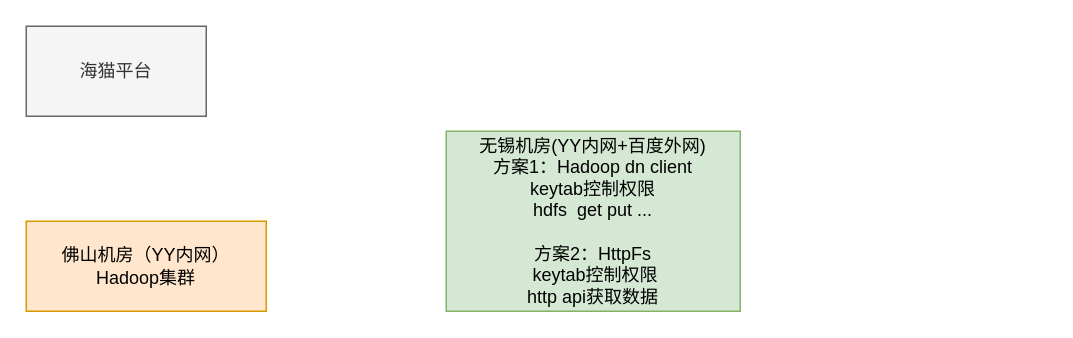
Above: tmp/Untitled Diagram.drawio in liangrui1988/diagrams (draw.io), before the change. Source tidied: cells renumbered, new cells numbered last; positions are measured from the earlier drawing's top-left corner, leaving out a move shared by most shapes. Both pictures are drawn from the tidied source at 150%, with x=0, y=0 at pixel (26, 26).
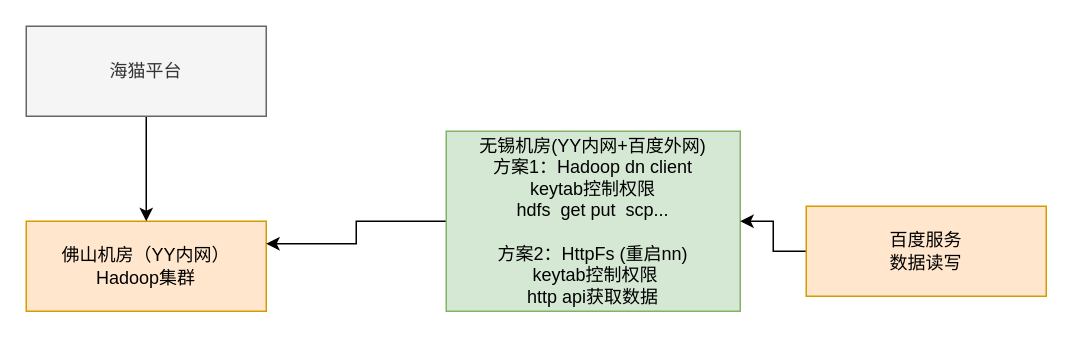
Above is the later version.

The edit, as a diff of the source:
```diff
@@
 <mxGraphModel>
   <root>
     <mxCell id="0" />
     <mxCell id="1" parent="0" />
     <mxCell id="2" value="佛山机房（YY内网）&lt;br&gt;Hadoop集群" style="rounded=0;whiteSpace=wrap;html=1;fillColor=#ffe6cc;strokeColor=#d79b00;" parent="1" vertex="1">
       <mxGeometry y="130" width="160" height="60" as="geometry" />
     </mxCell>
+    <mxCell id="5" style="edgeStyle=orthogonalEdgeStyle;rounded=0;jettySize=auto;html=1;entryX=1;entryY=0.25;entryDx=0;entryDy=0;" parent="1" edge="1" source="3" target="2">
+      <mxGeometry relative="1" as="geometry" />
+    </mxCell>
-    <mxCell id="3" value="无锡机房(YY内网+百度外网)&lt;br&gt;方案1：Hadoop dn client&lt;br&gt;keytab控制权限&lt;br&gt;hdfs&amp;nbsp; get put ...&lt;br&gt;&lt;br&gt;方案2：HttpFs&lt;br&gt;&amp;nbsp;keytab控制权限&lt;br&gt;http api获取数据" style="rounded=0;whiteSpace=wrap;html=1;fillColor=#d5e8d4;strokeColor=#82b366;" parent="1" vertex="1">
+    <mxCell id="3" value="无锡机房(YY内网+百度外网)&lt;br&gt;方案1：Hadoop dn client&lt;br&gt;keytab控制权限&lt;br&gt;hdfs&amp;nbsp; get put&amp;nbsp; scp...&lt;br&gt;&lt;br&gt;方案2：HttpFs (重启nn)&lt;br&gt;&amp;nbsp;keytab控制权限&lt;br&gt;http api获取数据" style="rounded=0;whiteSpace=wrap;html=1;fillColor=#d5e8d4;strokeColor=#82b366;" parent="1" vertex="1">
       <mxGeometry x="280" y="70" width="196" height="120" as="geometry" />
     </mxCell>
+    <mxCell id="6" style="edgeStyle=orthogonalEdgeStyle;rounded=0;jettySize=auto;html=1;entryX=0.5;entryY=0;entryDx=0;entryDy=0;" parent="1" edge="1" source="4" target="2">
+      <mxGeometry relative="1" as="geometry" />
+    </mxCell>
     <mxCell id="4" value="海猫平台" style="rounded=0;whiteSpace=wrap;html=1;fillColor=#f5f5f5;strokeColor=#666666;fontColor=#333333;" parent="1" vertex="1">
-      <mxGeometry width="120" height="60" as="geometry" />
+      <mxGeometry width="160" height="60" as="geometry" />
     </mxCell>
+    <mxCell id="7" style="edgeStyle=orthogonalEdgeStyle;rounded=0;jettySize=auto;html=1;entryX=1;entryY=0.5;entryDx=0;entryDy=0;" parent="1" edge="1" source="8" target="3">
+      <mxGeometry relative="1" as="geometry" />
+    </mxCell>
+    <mxCell id="8" value="百度服务&lt;br&gt;数据读写" style="rounded=0;whiteSpace=wrap;html=1;fillColor=#ffe6cc;strokeColor=#d79b00;" parent="1" vertex="1">
+      <mxGeometry x="520" y="120" width="160" height="60" as="geometry" />
+    </mxCell>
   </root>
 </mxGraphModel>
```
